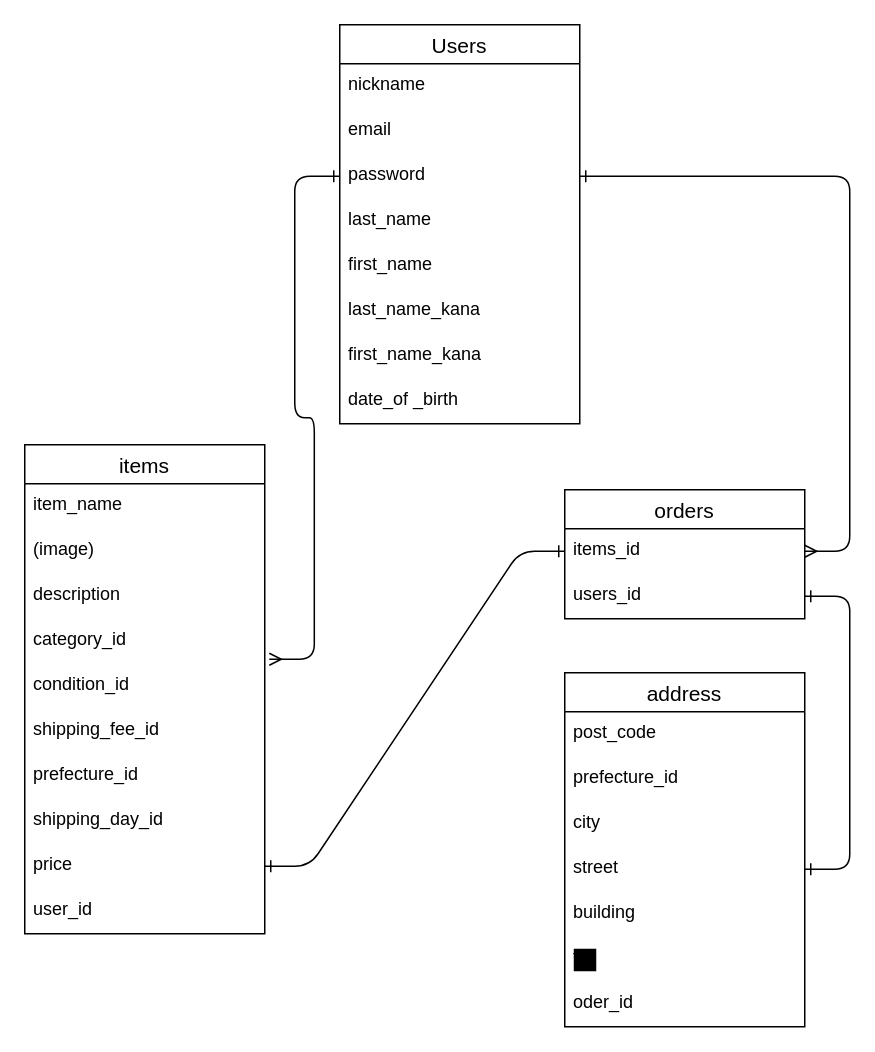
This is tables.dio from Natsuki002Koma/furima-40056, a draw.io file, before an edit. Source tidied: cells renumbered, new cells numbered last; positions are measured from the earlier drawing's top-left corner, leaving out a move shared by most shapes. Both pictures are drawn from the tidied source at 150%, with x=0, y=0 at pixel (24, 24).
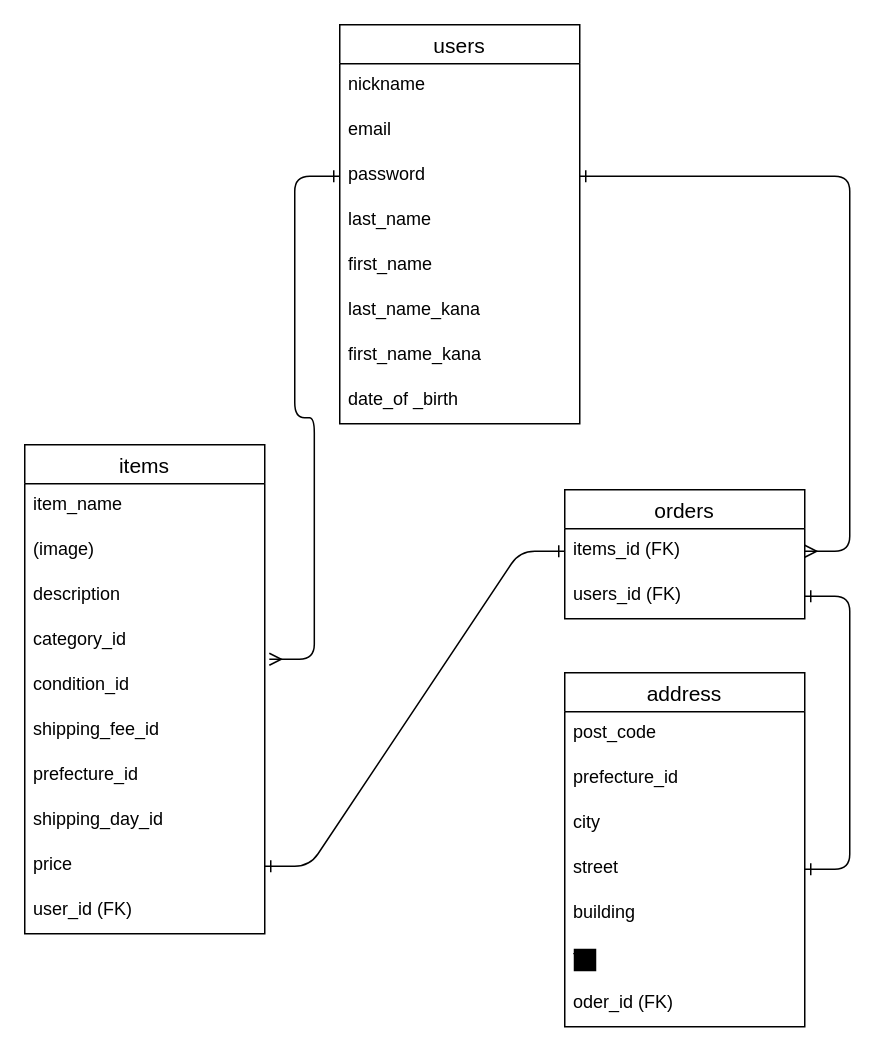
The same page after the edit.

Commit message:
データベース設計（修正3）

Unchanged cells that the change refers to:
```xml
<mxCell id="11" value="items" style="swimlane;fontStyle=0;horizontal=1;startSize=26;align=center;fontSize=14;" parent="1" vertex="1">
  <mxGeometry y="280" width="160" height="326" as="geometry" />
</mxCell>
<mxCell id="22" value="orders" style="swimlane;fontStyle=0;horizontal=1;startSize=26;align=center;fontSize=14;" parent="1" vertex="1">
  <mxGeometry x="360" y="310" width="160" height="86" as="geometry" />
</mxCell>
<mxCell id="27" value="address" style="swimlane;fontStyle=0;horizontal=1;startSize=26;align=center;fontSize=14;" parent="1" vertex="1">
  <mxGeometry x="360" y="432" width="160" height="236" as="geometry" />
</mxCell>
```

What changed in the source:
```diff
@@
-    <mxCell id="2" value="Users" style="swimlane;fontStyle=0;horizontal=1;startSize=26;align=center;fontSize=14;" parent="1" vertex="1">
+    <mxCell id="2" value="users" style="swimlane;fontStyle=0;horizontal=1;startSize=26;align=center;fontSize=14;" parent="1" vertex="1">
       <mxGeometry x="210" width="160" height="266" as="geometry" />
     </mxCell>
@@
-    <mxCell id="21" value="user_id" style="text;strokeColor=none;fillColor=none;spacingLeft=4;spacingRight=4;overflow=hidden;fontSize=12;" parent="11" vertex="1">
+    <mxCell id="21" value="user_id (FK)" style="text;strokeColor=none;fillColor=none;spacingLeft=4;spacingRight=4;overflow=hidden;fontSize=12;" parent="11" vertex="1">
       <mxGeometry y="296" width="160" height="30" as="geometry" />
     </mxCell>
@@
-    <mxCell id="23" value="items_id" style="text;strokeColor=none;fillColor=none;spacingLeft=4;spacingRight=4;overflow=hidden;points=[[0,0.5],[1,0.5]];portConstraint=eastwest;fontSize=12;" parent="22" vertex="1">
+    <mxCell id="23" value="items_id (FK)" style="text;strokeColor=none;fillColor=none;spacingLeft=4;spacingRight=4;overflow=hidden;points=[[0,0.5],[1,0.5]];portConstraint=eastwest;fontSize=12;" parent="22" vertex="1">
       <mxGeometry y="26" width="160" height="30" as="geometry" />
     </mxCell>
-    <mxCell id="24" value="users_id" style="text;strokeColor=none;fillColor=none;spacingLeft=4;spacingRight=4;overflow=hidden;points=[[0,0.5],[1,0.5]];portConstraint=eastwest;fontSize=12;" parent="22" vertex="1">
+    <mxCell id="24" value="users_id (FK)" style="text;strokeColor=none;fillColor=none;spacingLeft=4;spacingRight=4;overflow=hidden;points=[[0,0.5],[1,0.5]];portConstraint=eastwest;fontSize=12;" parent="22" vertex="1">
       <mxGeometry y="56" width="160" height="30" as="geometry" />
     </mxCell>
@@
-    <mxCell id="34" value="oder_id" style="text;strokeColor=none;fillColor=none;spacingLeft=4;spacingRight=4;overflow=hidden;fontSize=12;" parent="27" vertex="1">
+    <mxCell id="34" value="oder_id (FK)" style="text;strokeColor=none;fillColor=none;spacingLeft=4;spacingRight=4;overflow=hidden;fontSize=12;" parent="27" vertex="1">
       <mxGeometry y="206" width="160" height="30" as="geometry" />
     </mxCell>
```
